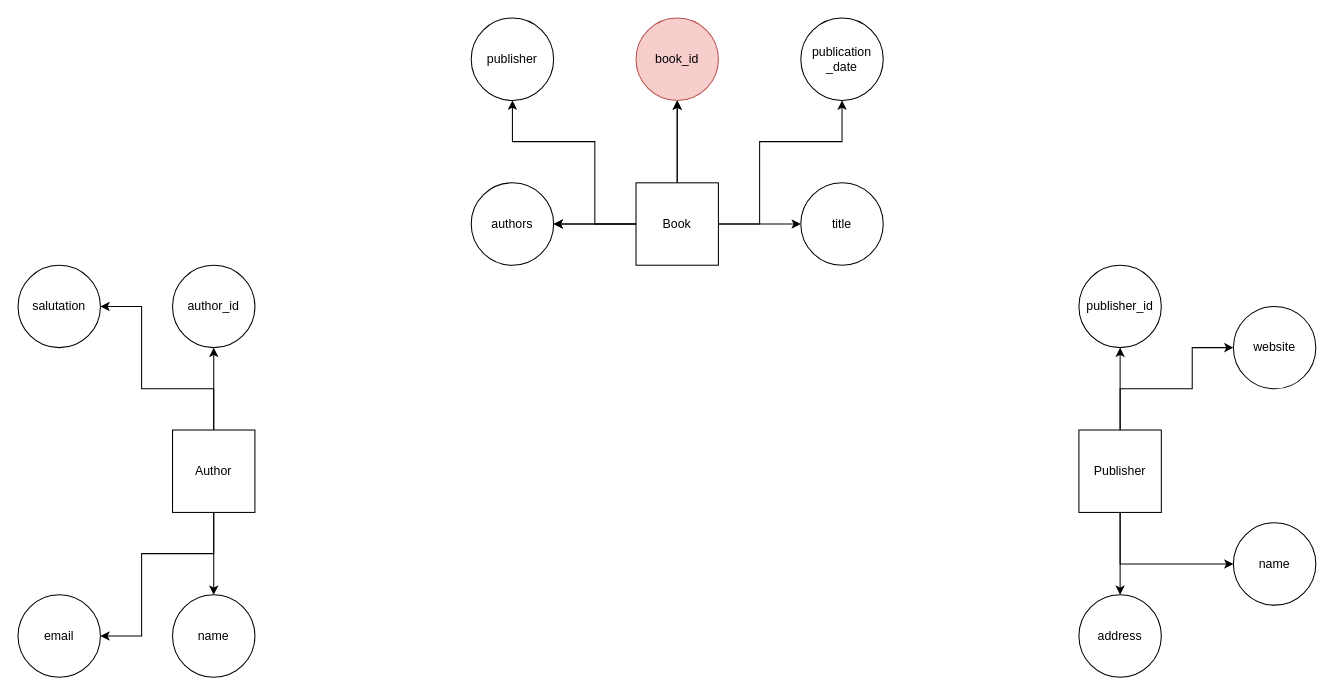
Earlier version of the draw.io diagram teacher/book.drawio (Cheyoung0203/kimbug-training). Source tidied: cells renumbered, new cells numbered last; positions are measured from the earlier drawing's top-left corner, leaving out a move shared by most shapes. Both pictures are drawn from the tidied source at 103%, with x=0, y=0 at pixel (18, 18).
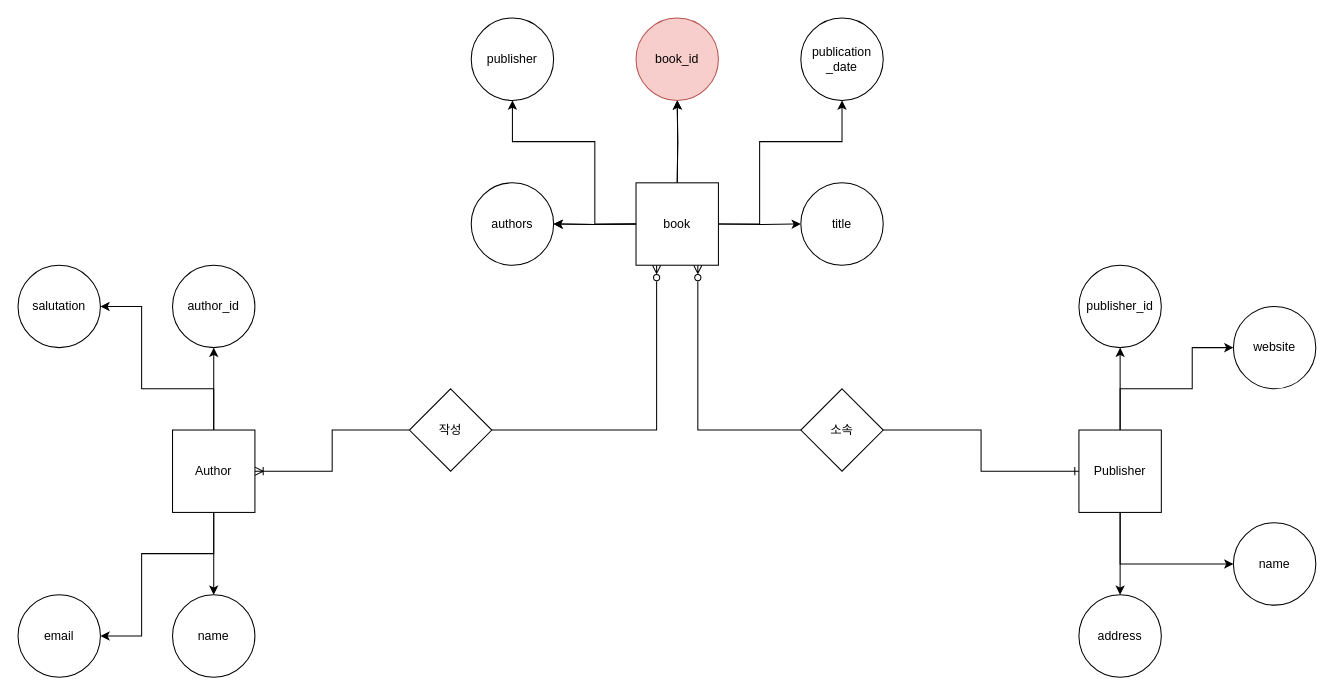
The same diagram, later.

The change refers to these unchanged cells:
```xml
<mxCell id="6" value="Publisher" style="whiteSpace=wrap;html=1;" parent="1" vertex="1">
  <mxGeometry x="1030" y="400" width="80" height="80" as="geometry" />
</mxCell>
<mxCell id="11" value="Author" style="whiteSpace=wrap;html=1;" parent="1" vertex="1">
  <mxGeometry x="150" y="400" width="80" height="80" as="geometry" />
</mxCell>
<mxCell id="20" value="book_id" style="ellipse;whiteSpace=wrap;html=1;fillColor=#f8cecc;strokeColor=#b85450;" parent="1" vertex="1">
  <mxGeometry x="600" width="80" height="80" as="geometry" />
</mxCell>
<mxCell id="21" value="title" style="ellipse;whiteSpace=wrap;html=1;" parent="1" vertex="1">
  <mxGeometry x="760" y="160" width="80" height="80" as="geometry" />
</mxCell>
<mxCell id="22" value="authors" style="ellipse;whiteSpace=wrap;html=1;" parent="1" vertex="1">
  <mxGeometry x="440" y="160" width="80" height="80" as="geometry" />
</mxCell>
```

Change to the diagram source:
```diff
@@
+    <mxCell id="33" style="edgeStyle=orthogonalEdgeStyle;rounded=0;jettySize=auto;html=1;endArrow=none;endFill=0;startArrow=ERoneToMany;startFill=0;" parent="1" edge="1" source="11" target="35">
+      <mxGeometry relative="1" as="geometry" />
+    </mxCell>
@@
-    <mxCell id="12" style="edgeStyle=orthogonalEdgeStyle;rounded=0;jettySize=auto;html=1;" parent="1" edge="1" source="19" target="20">
-      <mxGeometry relative="1" as="geometry" />
+    <mxCell id="12" style="edgeStyle=orthogonalEdgeStyle;rounded=0;jettySize=auto;html=1;" parent="1" edge="1" target="20">
+      <mxGeometry relative="1" as="geometry">
+        <mxPoint x="640" y="160" as="sourcePoint" />
+      </mxGeometry>
     </mxCell>
-    <mxCell id="13" style="edgeStyle=orthogonalEdgeStyle;rounded=0;jettySize=auto;html=1;" parent="1" edge="1" source="19" target="21">
-      <mxGeometry relative="1" as="geometry" />
+    <mxCell id="13" style="edgeStyle=orthogonalEdgeStyle;rounded=0;jettySize=auto;html=1;" parent="1" edge="1" target="21">
+      <mxGeometry relative="1" as="geometry">
+        <mxPoint x="680" y="200" as="sourcePoint" />
+      </mxGeometry>
     </mxCell>
-    <mxCell id="14" style="edgeStyle=orthogonalEdgeStyle;rounded=0;jettySize=auto;html=1;" parent="1" edge="1" source="19" target="22">
-      <mxGeometry relative="1" as="geometry" />
+    <mxCell id="14" style="edgeStyle=orthogonalEdgeStyle;rounded=0;jettySize=auto;html=1;" parent="1" edge="1" target="22">
+      <mxGeometry relative="1" as="geometry">
+        <mxPoint x="600" y="200" as="sourcePoint" />
+      </mxGeometry>
     </mxCell>
-    <mxCell id="15" style="edgeStyle=orthogonalEdgeStyle;rounded=0;jettySize=auto;html=1;" parent="1" edge="1" source="19" target="22">
-      <mxGeometry relative="1" as="geometry" />
+    <mxCell id="15" style="edgeStyle=orthogonalEdgeStyle;rounded=0;jettySize=auto;html=1;" parent="1" edge="1" target="22">
+      <mxGeometry relative="1" as="geometry">
+        <mxPoint x="600" y="200" as="sourcePoint" />
+      </mxGeometry>
     </mxCell>
-    <mxCell id="16" style="edgeStyle=orthogonalEdgeStyle;rounded=0;jettySize=auto;html=1;" parent="1" edge="1" source="19">
+    <mxCell id="16" style="edgeStyle=orthogonalEdgeStyle;rounded=0;orthogonalLoop=1;jettySize=auto;html=1;" parent="1" edge="1">
       <mxGeometry relative="1" as="geometry">
+        <mxPoint x="610" y="200" as="sourcePoint" />
         <mxPoint x="480" y="80" as="targetPoint" />
         <Array as="points">
           <mxPoint x="560" y="200" />
           <mxPoint x="560" y="120" />
           <mxPoint x="480" y="120" />
         </Array>
       </mxGeometry>
     </mxCell>
-    <mxCell id="17" style="edgeStyle=orthogonalEdgeStyle;rounded=0;jettySize=auto;html=1;" parent="1" edge="1" source="19" target="20">
-      <mxGeometry relative="1" as="geometry" />
+    <mxCell id="17" style="edgeStyle=orthogonalEdgeStyle;rounded=0;jettySize=auto;html=1;" parent="1" edge="1" target="20">
+      <mxGeometry relative="1" as="geometry">
+        <mxPoint x="640" y="160" as="sourcePoint" />
+      </mxGeometry>
     </mxCell>
-    <mxCell id="18" style="edgeStyle=orthogonalEdgeStyle;rounded=0;jettySize=auto;html=1;" parent="1" edge="1" source="19">
+    <mxCell id="18" style="edgeStyle=orthogonalEdgeStyle;rounded=0;orthogonalLoop=1;jettySize=auto;html=1;" parent="1" edge="1">
       <mxGeometry relative="1" as="geometry">
+        <mxPoint x="680" y="200" as="sourcePoint" />
         <mxPoint x="800" y="80" as="targetPoint" />
         <Array as="points">
           <mxPoint x="720" y="200" />
           <mxPoint x="720" y="120" />
           <mxPoint x="800" y="120" />
         </Array>
       </mxGeometry>
     </mxCell>
-    <mxCell id="19" value="Book" style="whiteSpace=wrap;html=1;" parent="1" vertex="1">
-      <mxGeometry x="600" y="160" width="80" height="80" as="geometry" />
-    </mxCell>
@@
+    <mxCell id="34" style="edgeStyle=orthogonalEdgeStyle;rounded=0;jettySize=auto;html=1;entryX=0.25;entryY=1;entryDx=0;entryDy=0;endArrow=ERzeroToMany;endFill=0;" parent="1" edge="1" source="35" target="39">
+      <mxGeometry relative="1" as="geometry" />
+    </mxCell>
+    <mxCell id="35" value="작성" style="rhombus;whiteSpace=wrap;html=1;" parent="1" vertex="1">
+      <mxGeometry x="380" y="360" width="80" height="80" as="geometry" />
+    </mxCell>
+    <mxCell id="36" style="edgeStyle=orthogonalEdgeStyle;rounded=0;jettySize=auto;html=1;entryX=0.75;entryY=1;entryDx=0;entryDy=0;endArrow=ERzeroToMany;endFill=0;" parent="1" edge="1" source="38" target="39">
+      <mxGeometry relative="1" as="geometry">
+        <Array as="points">
+          <mxPoint x="660" y="400" />
+        </Array>
+      </mxGeometry>
+    </mxCell>
+    <mxCell id="37" style="edgeStyle=orthogonalEdgeStyle;rounded=0;jettySize=auto;html=1;entryX=0;entryY=0.5;entryDx=0;entryDy=0;endArrow=ERone;endFill=0;" parent="1" edge="1" source="38" target="6">
+      <mxGeometry relative="1" as="geometry" />
+    </mxCell>
+    <mxCell id="38" value="소속" style="rhombus;whiteSpace=wrap;html=1;" parent="1" vertex="1">
+      <mxGeometry x="760" y="360" width="80" height="80" as="geometry" />
+    </mxCell>
+    <mxCell id="39" value="book" style="whiteSpace=wrap;html=1;" parent="1" vertex="1">
+      <mxGeometry x="600" y="160" width="80" height="80" as="geometry" />
+    </mxCell>
```
